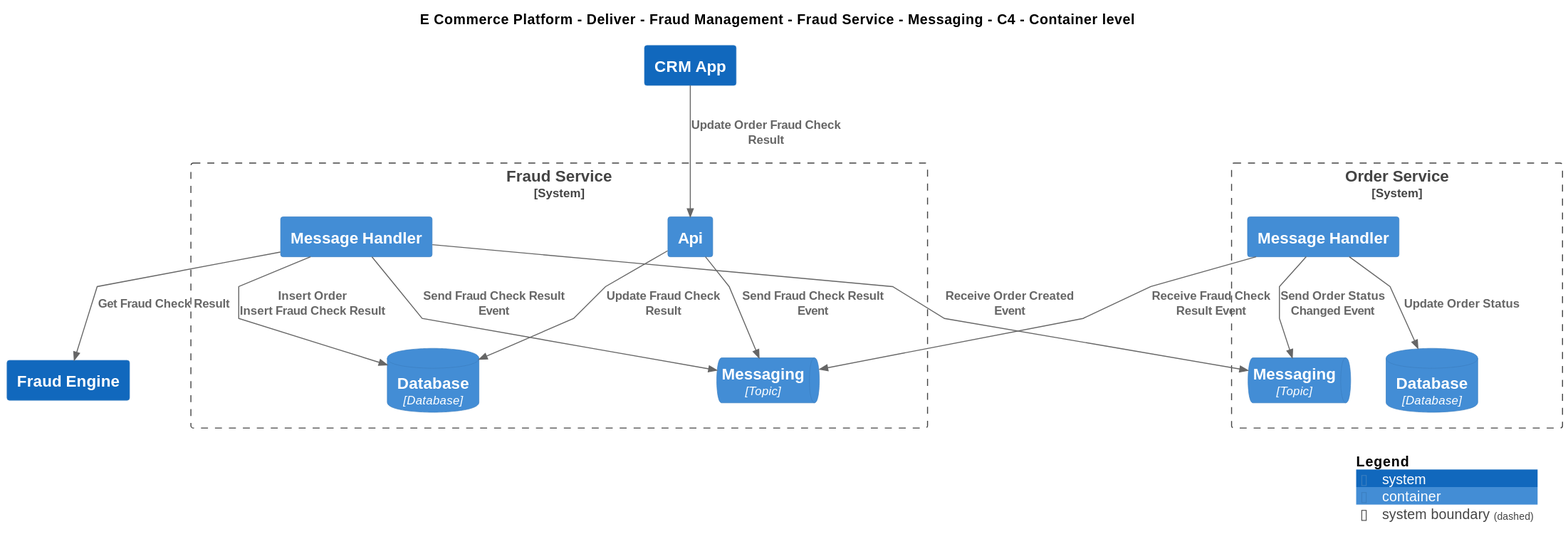
Before: Samples/E-Commerce Platform/Yaml/Diagrams/E Commerce Platform/Views/Messaging/Deliver/Fraud Management/Software Systems/Fraud Service/Containers/Messaging/Container - C4.svg, a diagram exported from PlantUML (mnadenysenko/C4InterFlow).
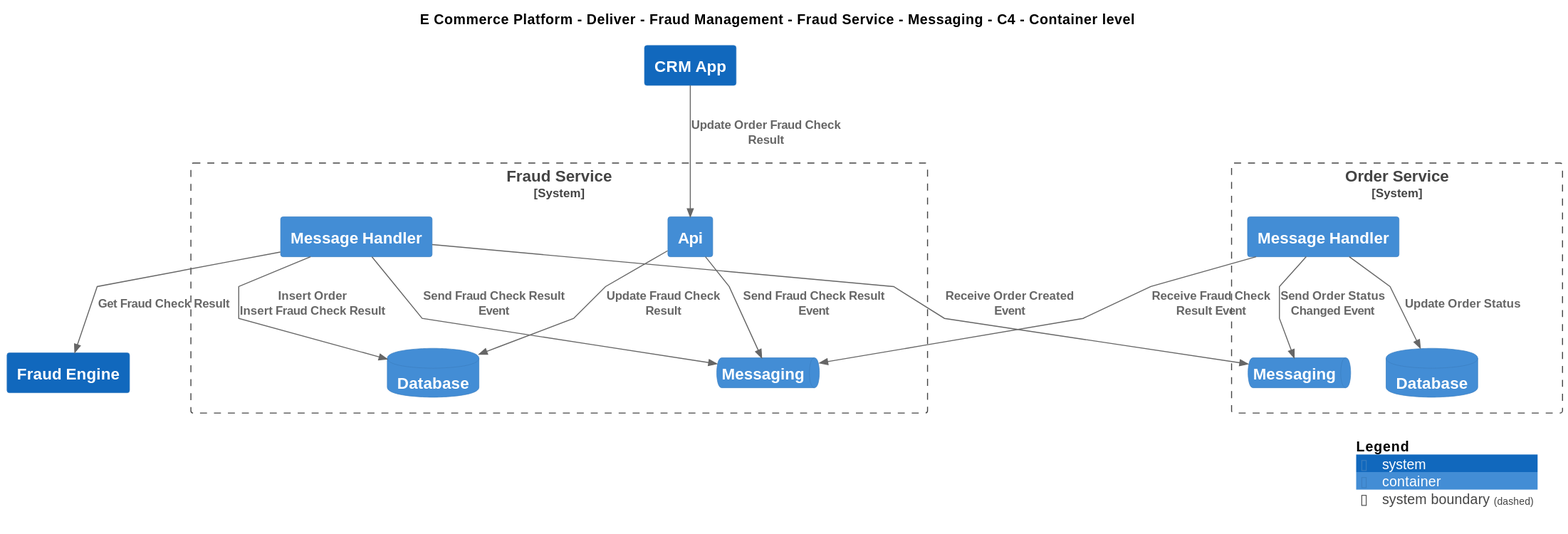
Above is the later version.

The edit, as a diff of the source:
```diff
@@ -19,15 +19,15 @@
 
 System_Boundary(ECommercePlatform.Deliver.FraudManagement.SoftwareSystems.FraudService, "Fraud Service") {
     Container(ECommercePlatform.Deliver.FraudManagement.SoftwareSystems.FraudService.Containers.MessageHandler, "Message Handler", "", "")
-    ContainerDb(ECommercePlatform.Deliver.FraudManagement.SoftwareSystems.FraudService.Containers.Database, "Database", "Database", "")
-    ContainerQueue(ECommercePlatform.Deliver.FraudManagement.SoftwareSystems.FraudService.Containers.Messaging, "Messaging", "Topic", "")
+    ContainerDb(ECommercePlatform.Deliver.FraudManagement.SoftwareSystems.FraudService.Containers.Database, "Database", "", "")
+    ContainerQueue(ECommercePlatform.Deliver.FraudManagement.SoftwareSystems.FraudService.Containers.Messaging, "Messaging", "", "")
     Container(ECommercePlatform.Deliver.FraudManagement.SoftwareSystems.FraudService.Containers.Api, "Api", "", "")
 }
 
 System_Boundary(ECommercePlatform.GenerateDemand.OrderManagement.SoftwareSystems.OrderService, "Order Service") {
-    ContainerQueue(ECommercePlatform.GenerateDemand.OrderManagement.SoftwareSystems.OrderService.Containers.Messaging, "Messaging", "Topic", "")
+    ContainerQueue(ECommercePlatform.GenerateDemand.OrderManagement.SoftwareSystems.OrderService.Containers.Messaging, "Messaging", "", "")
     Container(ECommercePlatform.GenerateDemand.OrderManagement.SoftwareSystems.OrderService.Containers.MessageHandler, "Message Handler", "", "")
-    ContainerDb(ECommercePlatform.GenerateDemand.OrderManagement.SoftwareSystems.OrderService.Containers.Database, "Database", "Database", "")
+    ContainerDb(ECommercePlatform.GenerateDemand.OrderManagement.SoftwareSystems.OrderService.Containers.Database, "Database", "", "")
 }
 System(ECommercePlatform.Deliver.FraudManagement.SoftwareSystems.FraudEngine, "Fraud Engine", "")
 System(ECommercePlatform.Deliver.CustomerManagement.SoftwareSystems.CRMApp, "CRM App", "")
```
